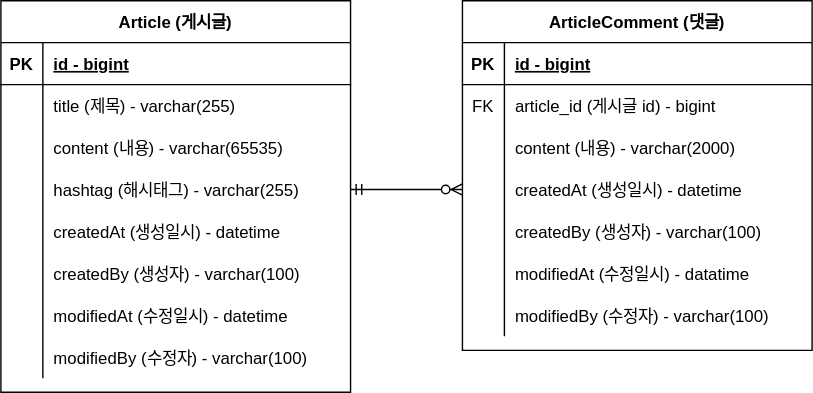
Above: document/project-board-erd.svg in swoox2/fastcampus-project-board (draw.io), before the change. Source tidied: cells renumbered, new cells last; positions are measured from the earlier drawing's top-left corner, leaving out a move shared by most shapes.
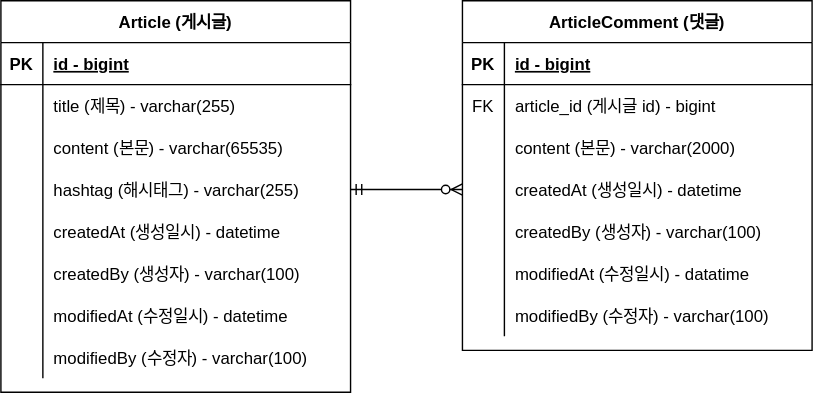
The same diagram one commit later.

Commit message:
#8 - ERD 주석 업데이트: project-board-erd.svg

What changed in the source:
```diff
@@ -29,7 +29,7 @@
     <mxCell id="10" style="shape=partialRectangle;overflow=hidden;fillColor=none;top=0;left=0;bottom=0;right=0;" parent="9" vertex="1">
       <mxGeometry width="30" height="30" as="geometry" />
     </mxCell>
-    <mxCell id="11" value="content (내용) - varchar(2000)" style="shape=partialRectangle;overflow=hidden;fillColor=none;top=0;left=0;bottom=0;right=0;align=left;spacingLeft=6;" parent="9" vertex="1">
+    <mxCell id="11" value="content (본문) - varchar(2000)" style="shape=partialRectangle;overflow=hidden;fillColor=none;top=0;left=0;bottom=0;right=0;align=left;spacingLeft=6;" parent="9" vertex="1">
       <mxGeometry x="30" width="220" height="30" as="geometry" />
     </mxCell>
     <mxCell id="12" style="shape=partialRectangle;fillColor=none;points=[[0,0.5],[1,0.5]];portConstraint=eastwest;top=0;left=0;right=0;bottom=0;" parent="2" vertex="1">
@@ -95,7 +95,7 @@
     <mxCell id="32" style="shape=partialRectangle;overflow=hidden;fillColor=none;top=0;left=0;bottom=0;right=0;" parent="31" vertex="1">
       <mxGeometry width="30" height="30" as="geometry" />
     </mxCell>
-    <mxCell id="33" value="content (내용) - varchar(65535)" style="shape=partialRectangle;overflow=hidden;fillColor=none;top=0;left=0;bottom=0;right=0;align=left;spacingLeft=6;" parent="31" vertex="1">
+    <mxCell id="33" value="content (본문) - varchar(65535)" style="shape=partialRectangle;overflow=hidden;fillColor=none;top=0;left=0;bottom=0;right=0;align=left;spacingLeft=6;" parent="31" vertex="1">
       <mxGeometry x="30" width="220" height="30" as="geometry" />
     </mxCell>
     <mxCell id="34" style="shape=partialRectangle;fillColor=none;points=[[0,0.5],[1,0.5]];portConstraint=eastwest;top=0;left=0;right=0;bottom=0;" parent="24" vertex="1">
```
